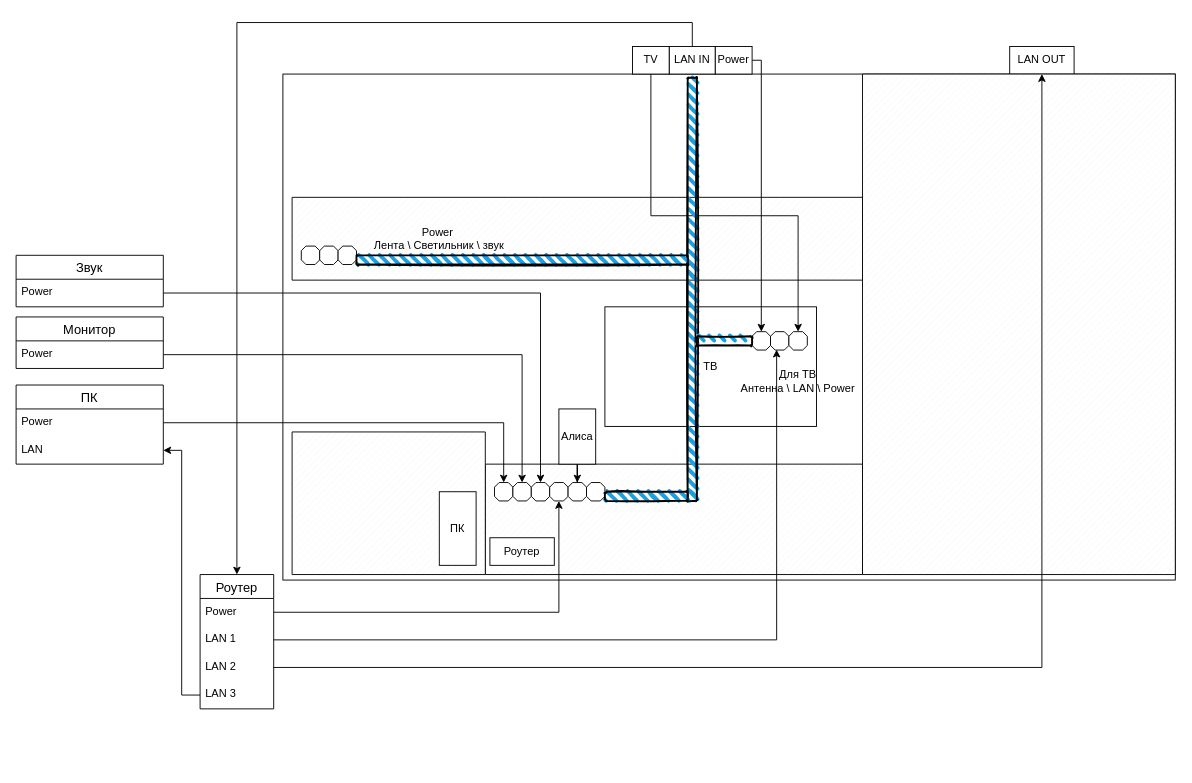
The draw.io diagram светэлектро.drawio in KeplerXIII/study_default, before the edit. Source tidied: cells renumbered, new cells numbered last; positions are measured from the earlier drawing's top-left corner, leaving out a move shared by most shapes. Both pictures are drawn from the tidied source at 92%, with x=0, y=0 at pixel (16, 22).
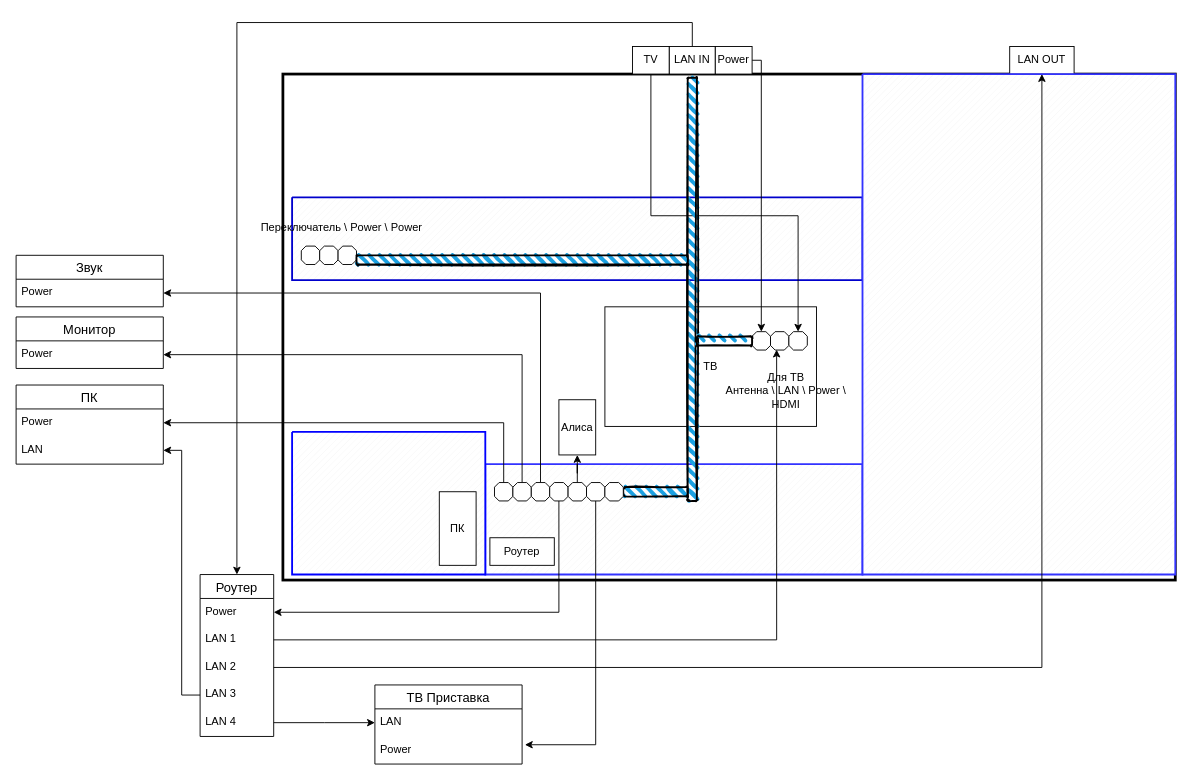
The same diagram, later.

The change refers to these unchanged cells:
```xml
<mxCell id="6" style="verticalLabelPosition=bottom;verticalAlign=top;html=1;shape=mxgraph.basic.polygon;polyCoords=[[0.25,0],[0.75,0],[1,0.25],[1,0.75],[0.75,1],[0.25,1],[0,0.75],[0,0.25]];polyline=0;" parent="1" vertex="1">
  <mxGeometry x="520" y="500" width="20" height="20" as="geometry" />
</mxCell>
<mxCell id="7" style="verticalLabelPosition=bottom;verticalAlign=top;html=1;shape=mxgraph.basic.polygon;polyCoords=[[0.25,0],[0.75,0],[1,0.25],[1,0.75],[0.75,1],[0.25,1],[0,0.75],[0,0.25]];polyline=0;" parent="1" vertex="1">
  <mxGeometry x="540" y="500" width="20" height="20" as="geometry" />
</mxCell>
<mxCell id="8" style="verticalLabelPosition=bottom;verticalAlign=top;html=1;shape=mxgraph.basic.polygon;polyCoords=[[0.25,0],[0.75,0],[1,0.25],[1,0.75],[0.75,1],[0.25,1],[0,0.75],[0,0.25]];polyline=0;" parent="1" vertex="1">
  <mxGeometry x="560" y="500" width="20" height="20" as="geometry" />
</mxCell>
<mxCell id="10" value="Power" style="text;strokeColor=none;fillColor=none;spacingLeft=4;spacingRight=4;overflow=hidden;points=[[0,0.5],[1,0.5]];portConstraint=eastwest;fontSize=12;" parent="9" vertex="1">
  <mxGeometry y="26" width="160" height="30" as="geometry" />
</mxCell>
<mxCell id="12" style="verticalLabelPosition=bottom;verticalAlign=top;html=1;shape=mxgraph.basic.polygon;polyCoords=[[0.25,0],[0.75,0],[1,0.25],[1,0.75],[0.75,1],[0.25,1],[0,0.75],[0,0.25]];polyline=0;" parent="1" vertex="1">
  <mxGeometry x="620" y="500" width="20" height="20" as="geometry" />
</mxCell>
<mxCell id="14" value="Power" style="text;strokeColor=none;fillColor=none;spacingLeft=4;spacingRight=4;overflow=hidden;points=[[0,0.5],[1,0.5]];portConstraint=eastwest;fontSize=12;" parent="13" vertex="1">
  <mxGeometry y="26" width="80" height="30" as="geometry" />
</mxCell>
<mxCell id="19" value="Power" style="text;strokeColor=none;fillColor=none;spacingLeft=4;spacingRight=4;overflow=hidden;points=[[0,0.5],[1,0.5]];portConstraint=eastwest;fontSize=12;" parent="18" vertex="1">
  <mxGeometry y="26" width="160" height="30" as="geometry" />
</mxCell>
<mxCell id="21" value="Power" style="text;strokeColor=none;fillColor=none;spacingLeft=4;spacingRight=4;overflow=hidden;points=[[0,0.5],[1,0.5]];portConstraint=eastwest;fontSize=12;" parent="20" vertex="1">
  <mxGeometry y="26" width="160" height="30" as="geometry" />
</mxCell>
<mxCell id="44" style="verticalLabelPosition=bottom;verticalAlign=top;html=1;shape=mxgraph.basic.polygon;polyCoords=[[0.25,0],[0.75,0],[1,0.25],[1,0.75],[0.75,1],[0.25,1],[0,0.75],[0,0.25]];polyline=0;" parent="1" vertex="1">
  <mxGeometry x="580" y="500" width="20" height="20" as="geometry" />
</mxCell>
<mxCell id="52" style="verticalLabelPosition=bottom;verticalAlign=top;html=1;shape=mxgraph.basic.polygon;polyCoords=[[0.25,0],[0.75,0],[1,0.25],[1,0.75],[0.75,1],[0.25,1],[0,0.75],[0,0.25]];polyline=0;" parent="1" vertex="1">
  <mxGeometry x="600" y="500" width="20" height="20" as="geometry" />
</mxCell>
```

Diff of the diagram source:
```diff
@@
-    <mxCell id="2" style="rounded=0;whiteSpace=wrap;html=1;" parent="1" vertex="1">
+    <mxCell id="2" style="rounded=0;whiteSpace=wrap;html=1;strokeWidth=3;" parent="1" vertex="1">
       <mxGeometry x="290" y="56" width="970" height="550" as="geometry" />
     </mxCell>
-    <mxCell id="3" style="verticalLabelPosition=bottom;verticalAlign=top;html=1;shape=mxgraph.basic.patternFillRect;fillStyle=diag;step=5;fillStrokeWidth=0.2;fillStrokeColor=#dddddd;" parent="1" vertex="1">
+    <mxCell id="3" style="verticalLabelPosition=bottom;verticalAlign=top;html=1;shape=mxgraph.basic.patternFillRect;fillStyle=diag;step=5;fillStrokeWidth=0.2;fillStrokeColor=#dddddd;strokeColor=#3333FF;strokeWidth=2;" parent="1" vertex="1">
       <mxGeometry x="510" y="480" width="410" height="120" as="geometry" />
     </mxCell>
-    <mxCell id="4" style="verticalLabelPosition=bottom;verticalAlign=top;html=1;shape=mxgraph.basic.patternFillRect;fillStyle=diag;step=5;fillStrokeWidth=0.2;fillStrokeColor=#dddddd;" parent="1" vertex="1">
+    <mxCell id="4" style="verticalLabelPosition=bottom;verticalAlign=top;html=1;shape=mxgraph.basic.patternFillRect;fillStyle=diag;step=5;fillStrokeWidth=0.2;fillStrokeColor=#dddddd;strokeColor=#0000CC;strokeWidth=2;" parent="1" vertex="1">
       <mxGeometry x="300" y="190" width="620" height="90" as="geometry" />
     </mxCell>
@@
+    <mxCell id="56" style="edgeStyle=orthogonalEdgeStyle;rounded=0;jettySize=auto;html=1;entryX=1;entryY=0.5;entryDx=0;entryDy=0;" parent="1" edge="1" source="6" target="10">
+      <mxGeometry relative="1" as="geometry" />
+    </mxCell>
@@
+    <mxCell id="57" style="edgeStyle=orthogonalEdgeStyle;rounded=0;jettySize=auto;html=1;entryX=1;entryY=0.5;entryDx=0;entryDy=0;" parent="1" edge="1" source="7" target="19">
+      <mxGeometry relative="1" as="geometry" />
+    </mxCell>
@@
+    <mxCell id="58" style="edgeStyle=orthogonalEdgeStyle;rounded=0;jettySize=auto;html=1;entryX=1;entryY=0.5;entryDx=0;entryDy=0;" parent="1" edge="1" source="8" target="21">
+      <mxGeometry relative="1" as="geometry" />
+    </mxCell>
@@
+    <mxCell id="59" style="edgeStyle=orthogonalEdgeStyle;rounded=0;jettySize=auto;html=1;entryX=1.019;entryY=0.3;entryDx=0;entryDy=0;entryPerimeter=0;" parent="1" edge="1" source="12" target="67">
+      <mxGeometry relative="1" as="geometry" />
+    </mxCell>
@@
     <mxCell id="13" value="Роутер" style="swimlane;fontStyle=0;horizontal=1;startSize=26;align=center;fontSize=14;" parent="1" vertex="1">
-      <mxGeometry x="200" y="600" width="80" height="146" as="geometry" />
+      <mxGeometry x="200" y="600" width="80" height="176" as="geometry" />
     </mxCell>
@@
+    <mxCell id="60" value="LAN 4" style="text;strokeColor=none;fillColor=none;spacingLeft=4;spacingRight=4;overflow=hidden;points=[[0,0.5],[1,0.5]];portConstraint=eastwest;fontSize=12;" parent="13" vertex="1">
+      <mxGeometry y="146" width="80" height="30" as="geometry" />
+    </mxCell>
@@
-    <mxCell id="22" style="edgeStyle=orthogonalEdgeStyle;rounded=0;jettySize=auto;html=1;" parent="1" edge="1" source="19" target="7">
-      <mxGeometry relative="1" as="geometry" />
-    </mxCell>
-    <mxCell id="23" style="edgeStyle=orthogonalEdgeStyle;rounded=0;jettySize=auto;html=1;" parent="1" edge="1" source="10" target="6">
-      <mxGeometry relative="1" as="geometry" />
-    </mxCell>
-    <mxCell id="24" style="edgeStyle=orthogonalEdgeStyle;rounded=0;jettySize=auto;html=1;" parent="1" edge="1" source="21" target="8">
-      <mxGeometry relative="1" as="geometry" />
-    </mxCell>
@@
-    <mxCell id="38" value="Для ТВ&lt;br&gt;Антенна \ LAN \ Power" style="text;html=1;strokeColor=none;fillColor=none;align=center;verticalAlign=middle;whiteSpace=wrap;rounded=0;" parent="1" vertex="1">
-      <mxGeometry x="780" y="370" width="140" height="40" as="geometry" />
+    <mxCell id="38" value="Для ТВ&lt;br&gt;Антенна \ LAN \ Power \ HDMI" style="text;html=1;strokeColor=none;fillColor=none;align=center;verticalAlign=middle;whiteSpace=wrap;rounded=0;" parent="1" vertex="1">
+      <mxGeometry x="767" y="370" width="140" height="60" as="geometry" />
     </mxCell>
-    <mxCell id="39" value="Power&amp;nbsp;&lt;br&gt;Лента \ Светильник \ звук" style="text;html=1;strokeColor=none;fillColor=none;align=center;verticalAlign=middle;whiteSpace=wrap;rounded=0;" parent="1" vertex="1">
-      <mxGeometry x="380" y="215" width="160" height="40" as="geometry" />
+    <mxCell id="39" value="Переключатель \ Power \ Power" style="text;html=1;strokeColor=none;fillColor=none;align=center;verticalAlign=middle;whiteSpace=wrap;rounded=0;" parent="1" vertex="1">
+      <mxGeometry x="234" y="203" width="240" height="40" as="geometry" />
     </mxCell>
@@
-    <mxCell id="42" style="verticalLabelPosition=bottom;verticalAlign=top;html=1;shape=mxgraph.basic.patternFillRect;fillStyle=diag;step=5;fillStrokeWidth=0.2;fillStrokeColor=#dddddd;" parent="1" vertex="1">
+    <mxCell id="42" style="verticalLabelPosition=bottom;verticalAlign=top;html=1;shape=mxgraph.basic.patternFillRect;fillStyle=diag;step=5;fillStrokeWidth=0.2;fillStrokeColor=#dddddd;strokeColor=#3333FF;strokeWidth=2;" parent="1" vertex="1">
       <mxGeometry x="920" y="56" width="340" height="544" as="geometry" />
     </mxCell>
-    <mxCell id="43" style="verticalLabelPosition=bottom;verticalAlign=top;html=1;shape=mxgraph.basic.patternFillRect;fillStyle=diag;step=5;fillStrokeWidth=0.2;fillStrokeColor=#dddddd;" parent="1" vertex="1">
+    <mxCell id="43" style="verticalLabelPosition=bottom;verticalAlign=top;html=1;shape=mxgraph.basic.patternFillRect;fillStyle=diag;step=5;fillStrokeWidth=0.2;fillStrokeColor=#dddddd;strokeWidth=2;strokeColor=#0000FF;" parent="1" vertex="1">
       <mxGeometry x="300" y="445" width="210" height="155" as="geometry" />
     </mxCell>
+    <mxCell id="61" style="edgeStyle=orthogonalEdgeStyle;rounded=0;jettySize=auto;html=1;entryX=1;entryY=0.5;entryDx=0;entryDy=0;" parent="1" edge="1" source="44" target="14">
+      <mxGeometry relative="1" as="geometry" />
+    </mxCell>
@@
-    <mxCell id="45" style="edgeStyle=orthogonalEdgeStyle;rounded=0;jettySize=auto;html=1;" parent="1" edge="1" source="14" target="44">
-      <mxGeometry relative="1" as="geometry" />
-    </mxCell>
@@
     <mxCell id="48" style="rounded=1;whiteSpace=wrap;html=1;strokeWidth=2;fillWeight=4;hachureGap=8;hachureAngle=45;fillColor=#1ba1e2;sketch=1;" parent="1" vertex="1">
-      <mxGeometry x="640" y="510" width="90" height="10" as="geometry" />
+      <mxGeometry x="660" y="505" width="70" height="10" as="geometry" />
     </mxCell>
@@
+    <mxCell id="62" style="edgeStyle=orthogonalEdgeStyle;rounded=0;jettySize=auto;html=1;" parent="1" edge="1" source="52" target="54">
+      <mxGeometry relative="1" as="geometry" />
+    </mxCell>
@@
-    <mxCell id="53" style="edgeStyle=orthogonalEdgeStyle;rounded=0;jettySize=auto;html=1;" parent="1" edge="1" source="54" target="52">
-      <mxGeometry relative="1" as="geometry" />
-    </mxCell>
     <mxCell id="54" value="Алиса" style="whiteSpace=wrap;html=1;align=center;" parent="1" vertex="1">
-      <mxGeometry x="590" y="420" width="40" height="60" as="geometry" />
+      <mxGeometry x="590" y="410" width="40" height="60" as="geometry" />
     </mxCell>
@@
+    <mxCell id="63" style="edgeStyle=orthogonalEdgeStyle;rounded=0;jettySize=auto;html=1;" parent="1" edge="1" source="60">
+      <mxGeometry relative="1" as="geometry">
+        <mxPoint x="390" y="761" as="targetPoint" />
+      </mxGeometry>
+    </mxCell>
+    <mxCell id="64" style="verticalLabelPosition=bottom;verticalAlign=top;html=1;shape=mxgraph.basic.polygon;polyCoords=[[0.25,0],[0.75,0],[1,0.25],[1,0.75],[0.75,1],[0.25,1],[0,0.75],[0,0.25]];polyline=0;" parent="1" vertex="1">
+      <mxGeometry x="640" y="500" width="20" height="20" as="geometry" />
+    </mxCell>
+    <mxCell id="65" value="ТВ Приставка" style="swimlane;fontStyle=0;horizontal=1;startSize=26;align=center;fontSize=14;" parent="1" vertex="1">
+      <mxGeometry x="390" y="720" width="160" height="86" as="geometry" />
+    </mxCell>
+    <mxCell id="66" value="LAN" style="text;strokeColor=none;fillColor=none;spacingLeft=4;spacingRight=4;overflow=hidden;fontSize=12;" parent="65" vertex="1">
+      <mxGeometry y="26" width="160" height="30" as="geometry" />
+    </mxCell>
+    <mxCell id="67" value="Power" style="text;strokeColor=none;fillColor=none;spacingLeft=4;spacingRight=4;overflow=hidden;points=[[0,0.5],[1,0.5]];portConstraint=eastwest;fontSize=12;" parent="65" vertex="1">
+      <mxGeometry y="56" width="160" height="30" as="geometry" />
+    </mxCell>
```
